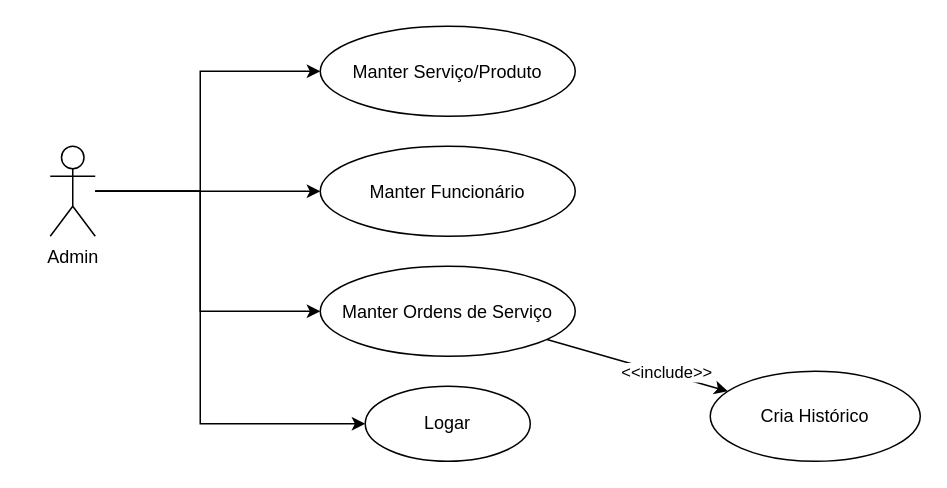
Before: page "Funcionário" (1 of 2) of documentos/caso de uso.drawio in gabrielgrazziani/Projeto-Integrador-5, a draw.io diagram. Source tidied: cells renumbered, new cells numbered last; positions are measured from the earlier drawing's top-left corner, leaving out a move shared by most shapes. Both pictures are drawn from the tidied source at 150%, with x=0, y=0 at pixel (50, 26).
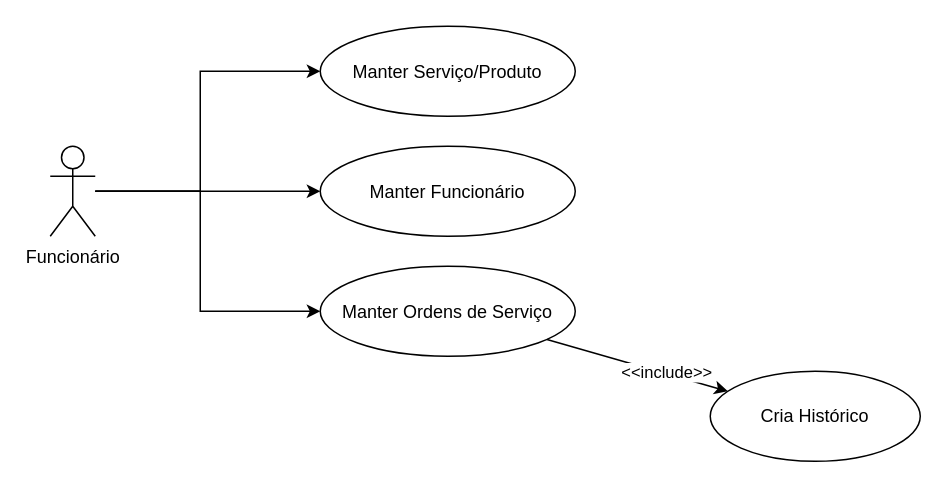
The same diagram, later.

Change to the diagram source:
```diff
@@
 <mxGraphModel>
   <root>
     <mxCell id="0" />
     <mxCell id="1" parent="0" />
     <mxCell id="2" style="edgeStyle=orthogonalEdgeStyle;rounded=0;jettySize=auto;html=1;entryX=0;entryY=0.5;entryDx=0;entryDy=0;" parent="1" edge="1" source="6" target="7">
       <mxGeometry relative="1" as="geometry">
         <Array as="points">
           <mxPoint x="100" y="110" />
           <mxPoint x="100" y="30" />
         </Array>
       </mxGeometry>
     </mxCell>
     <mxCell id="3" style="edgeStyle=orthogonalEdgeStyle;rounded=0;jettySize=auto;html=1;entryX=0;entryY=0.5;entryDx=0;entryDy=0;" parent="1" edge="1" source="6" target="8">
       <mxGeometry relative="1" as="geometry" />
     </mxCell>
     <mxCell id="4" style="edgeStyle=orthogonalEdgeStyle;rounded=0;jettySize=auto;html=1;entryX=0;entryY=0.5;entryDx=0;entryDy=0;" parent="1" edge="1" source="6" target="9">
       <mxGeometry relative="1" as="geometry">
         <Array as="points">
           <mxPoint x="100" y="110" />
           <mxPoint x="100" y="190" />
         </Array>
       </mxGeometry>
     </mxCell>
-    <mxCell id="5" style="edgeStyle=orthogonalEdgeStyle;rounded=0;jettySize=auto;html=1;entryX=0;entryY=0.5;entryDx=0;entryDy=0;" parent="1" edge="1" source="6" target="10">
-      <mxGeometry relative="1" as="geometry">
-        <Array as="points">
-          <mxPoint x="100" y="110" />
-          <mxPoint x="100" y="265" />
-        </Array>
-      </mxGeometry>
-    </mxCell>
-    <mxCell id="6" value="Admin" style="shape=umlActor;verticalLabelPosition=bottom;verticalAlign=top;html=1;" parent="1" vertex="1">
+    <mxCell id="6" value="Funcionário" style="shape=umlActor;verticalLabelPosition=bottom;verticalAlign=top;html=1;" parent="1" vertex="1">
       <mxGeometry y="80" width="30" height="60" as="geometry" />
     </mxCell>
     <mxCell id="7" value="Manter Serviço/Produto" style="ellipse;" parent="1" vertex="1">
       <mxGeometry x="180" width="170" height="60" as="geometry" />
     </mxCell>
     <mxCell id="8" value="Manter Funcionário" style="ellipse;" parent="1" vertex="1">
       <mxGeometry x="180" y="80" width="170" height="60" as="geometry" />
     </mxCell>
     <mxCell id="9" value="Manter Ordens de Serviço" style="ellipse;" parent="1" vertex="1">
       <mxGeometry x="180" y="160" width="170" height="60" as="geometry" />
     </mxCell>
-    <mxCell id="10" value="Logar" style="ellipse;whiteSpace=wrap;html=1;" parent="1" vertex="1">
-      <mxGeometry x="210" y="240" width="110" height="50" as="geometry" />
-    </mxCell>
     <mxCell id="11" value="Cria Histórico" style="ellipse;whiteSpace=wrap;html=1;" parent="1" vertex="1">
       <mxGeometry x="440" y="230" width="140" height="60" as="geometry" />
     </mxCell>
     <mxCell id="12" style="endArrow=classic;html=1;" parent="1" edge="1" source="9" target="11">
       <mxGeometry relative="1" as="geometry" />
     </mxCell>
     <mxCell id="13" value="&amp;lt;&amp;lt;include&amp;gt;&amp;gt;" style="edgeLabel;html=1;align=center;verticalAlign=middle;" parent="12" vertex="1">
       <mxGeometry x="0.3" y="1" relative="1" as="geometry" />
     </mxCell>
   </root>
 </mxGraphModel>
```
